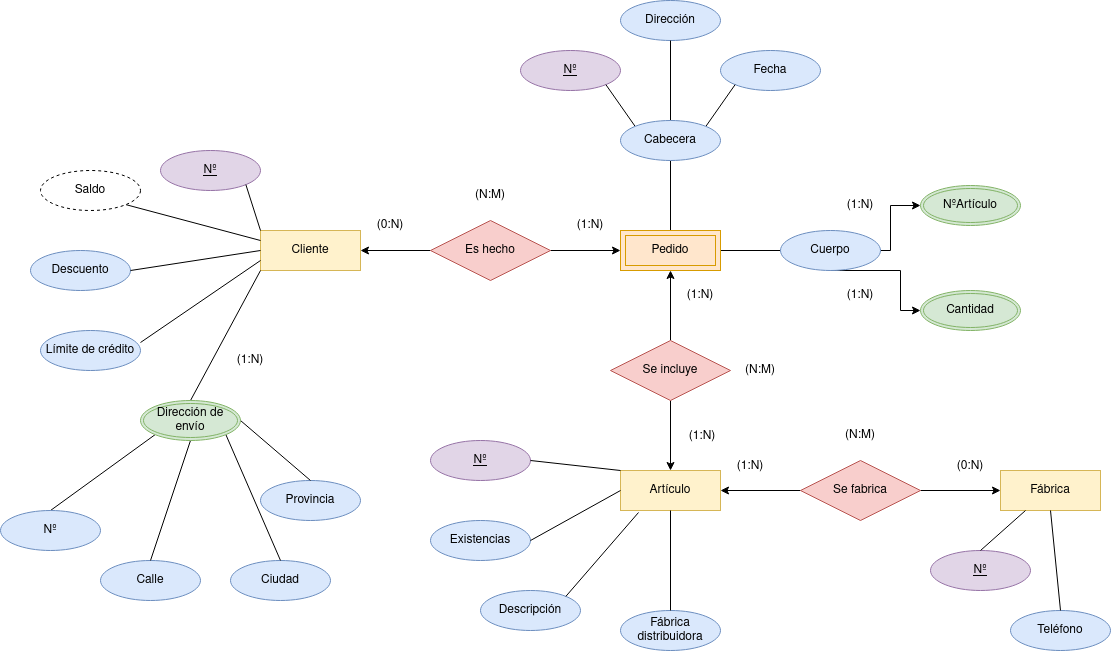
This is IMG/Sistema de artículos - Encargo.drawio.png from samugd17/base-datos-bae-, a draw.io export, as it was before one commit. Source tidied: cells renumbered, new cells last; positions are measured from the earlier drawing's top-left corner, leaving out a move shared by most shapes.
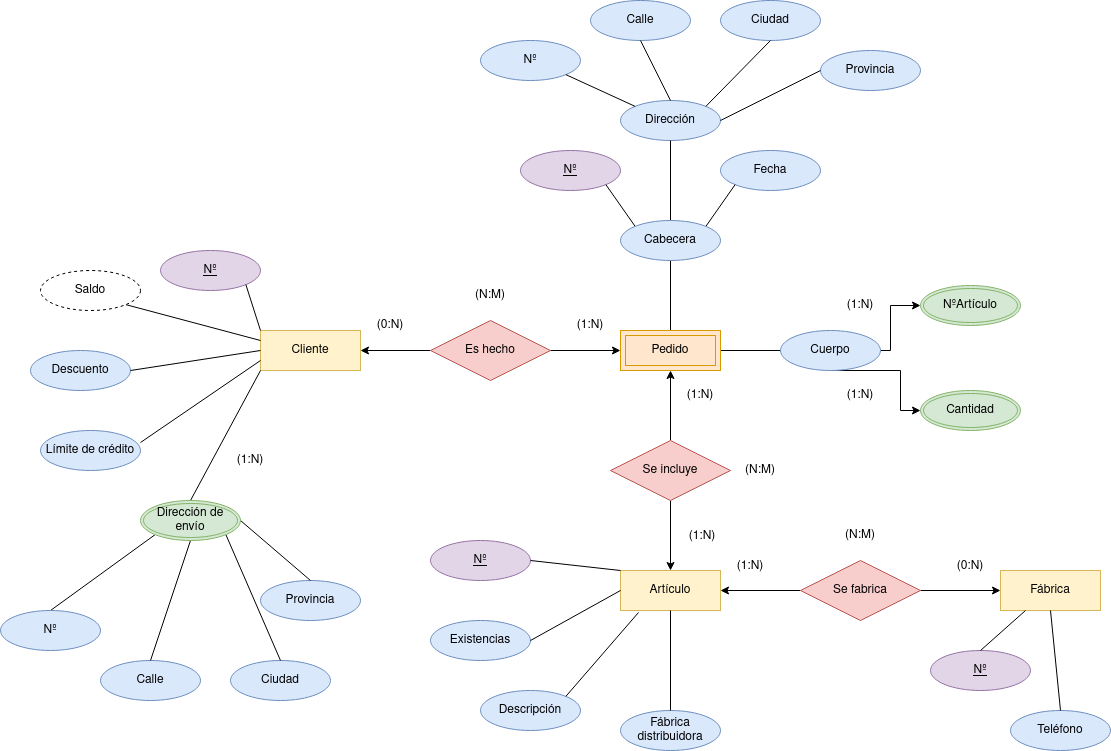
The same file after the commit.

The edit, as a diff of the source:
```diff
@@ -219,5 +219,29 @@
     <mxCell id="70" value="Saldo" style="ellipse;whiteSpace=wrap;html=1;align=center;dashed=1;" parent="1" vertex="1">
       <mxGeometry x="40" y="170" width="100" height="40" as="geometry" />
     </mxCell>
+    <mxCell id="71" value="Provincia" style="ellipse;whiteSpace=wrap;html=1;align=center;fillColor=#dae8fc;strokeColor=#6c8ebf;" parent="1" vertex="1">
+      <mxGeometry x="820" y="-50" width="100" height="40" as="geometry" />
+    </mxCell>
+    <mxCell id="72" value="Ciudad" style="ellipse;whiteSpace=wrap;html=1;align=center;fillColor=#dae8fc;strokeColor=#6c8ebf;" parent="1" vertex="1">
+      <mxGeometry x="720" y="-100" width="100" height="40" as="geometry" />
+    </mxCell>
+    <mxCell id="73" value="Calle" style="ellipse;whiteSpace=wrap;html=1;align=center;fillColor=#dae8fc;strokeColor=#6c8ebf;" parent="1" vertex="1">
+      <mxGeometry x="590" y="-100" width="100" height="40" as="geometry" />
+    </mxCell>
+    <mxCell id="74" value="Nº" style="ellipse;whiteSpace=wrap;html=1;align=center;fillColor=#dae8fc;strokeColor=#6c8ebf;" parent="1" vertex="1">
+      <mxGeometry x="480" y="-60" width="100" height="40" as="geometry" />
+    </mxCell>
+    <mxCell id="75" style="endArrow=none;html=1;rounded=0;exitX=0;exitY=0.5;exitDx=0;exitDy=0;entryX=1;entryY=0.5;entryDx=0;entryDy=0;" parent="1" edge="1" source="71" target="55">
+      <mxGeometry relative="1" as="geometry" />
+    </mxCell>
+    <mxCell id="76" style="endArrow=none;html=1;rounded=0;exitX=0;exitY=0;exitDx=0;exitDy=0;entryX=1;entryY=1;entryDx=0;entryDy=0;" parent="1" edge="1" source="55" target="74">
+      <mxGeometry relative="1" as="geometry" />
+    </mxCell>
+    <mxCell id="77" style="endArrow=none;html=1;rounded=0;exitX=0.5;exitY=0;exitDx=0;exitDy=0;entryX=0.5;entryY=1;entryDx=0;entryDy=0;" parent="1" edge="1" source="55" target="73">
+      <mxGeometry relative="1" as="geometry" />
+    </mxCell>
+    <mxCell id="78" style="endArrow=none;html=1;rounded=0;exitX=0.5;exitY=1;exitDx=0;exitDy=0;entryX=1;entryY=0;entryDx=0;entryDy=0;" parent="1" edge="1" source="72" target="55">
+      <mxGeometry relative="1" as="geometry" />
+    </mxCell>
   </root>
 </mxGraphModel>
```
